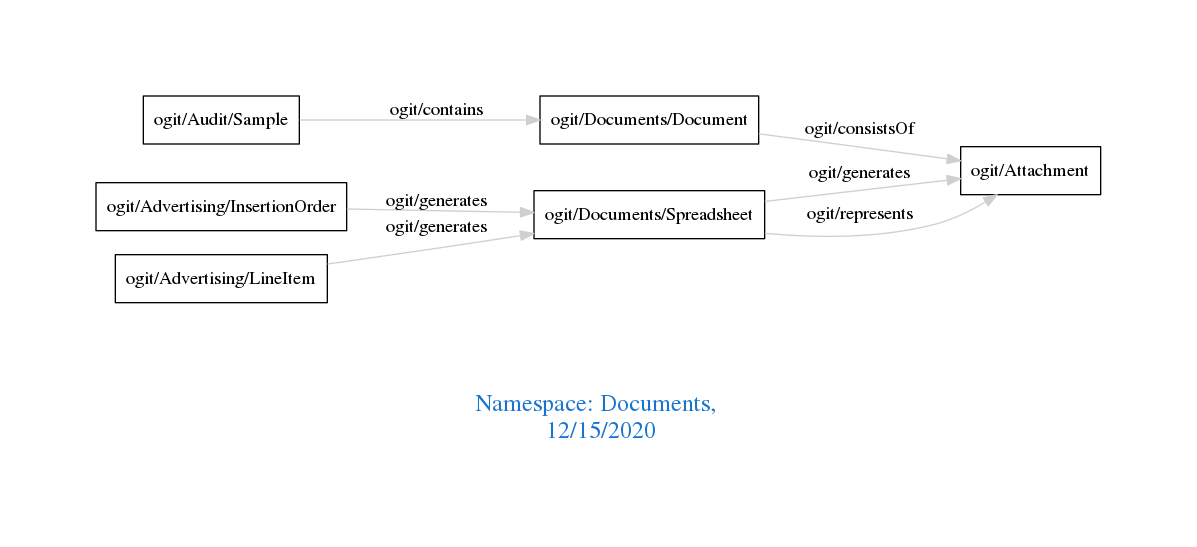
arago/OGIT keeps this Graphviz diagram as downloads/Documents.png. Above is the earlier version. Its source is kept beside it as downloads/Documents.dot.
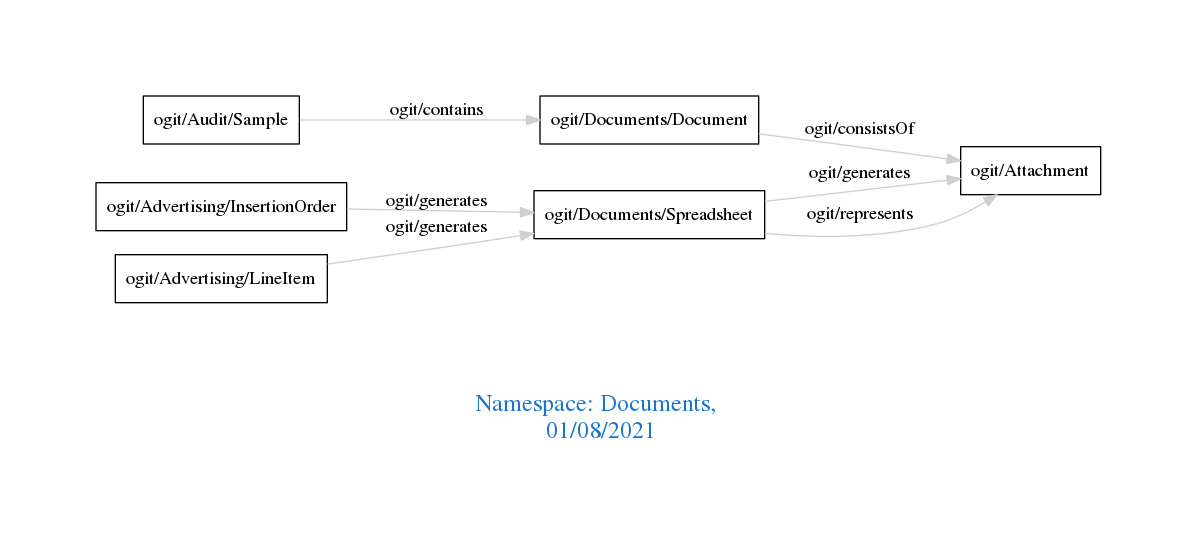
After the commit.

Diff of the diagram source:
```diff
@@ -1,7 +1,7 @@
 digraph OGIT_ontology {
  graph [ rankdir= LR,pad=1
 fontsize = 18,
-fontcolor= dodgerblue3,label = "\n\n\nNamespace: Documents, \n 12/15/2020"];
+fontcolor= dodgerblue3,label = "\n\n\nNamespace: Documents, \n 01/08/2021"];
 node[shape=polygon];
 edge [  color="gray81"];
 
```
